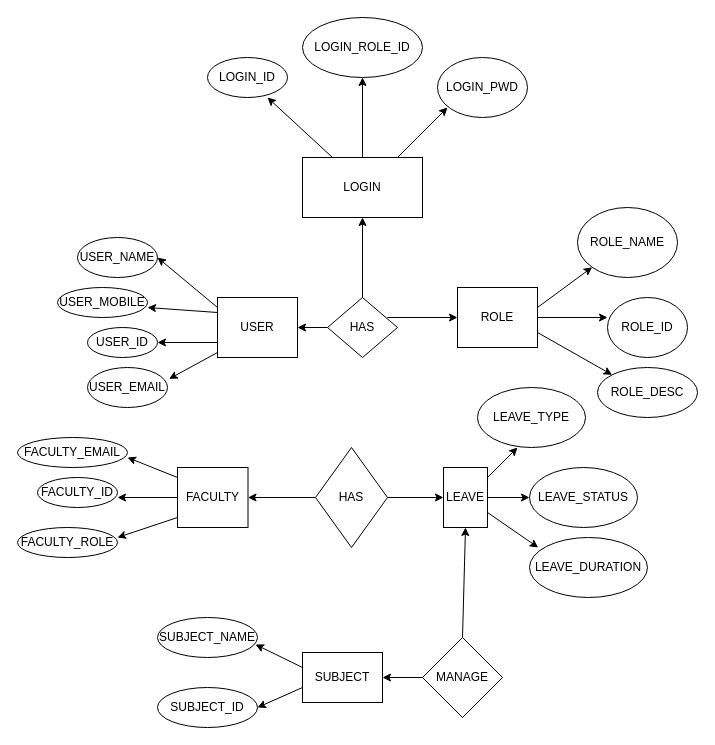
thepoet1211/facultymanagementsystem keeps this draw.io diagram as FACULTY_MANAGEMENT_SYSTEM.drawio. Above is the earlier version. Source tidied: cells renumbered, new cells numbered last; positions are measured from the earlier drawing's top-left corner, leaving out a move shared by most shapes. Both pictures are drawn from the tidied source at 100%, with x=0, y=0 at pixel (17, 17).
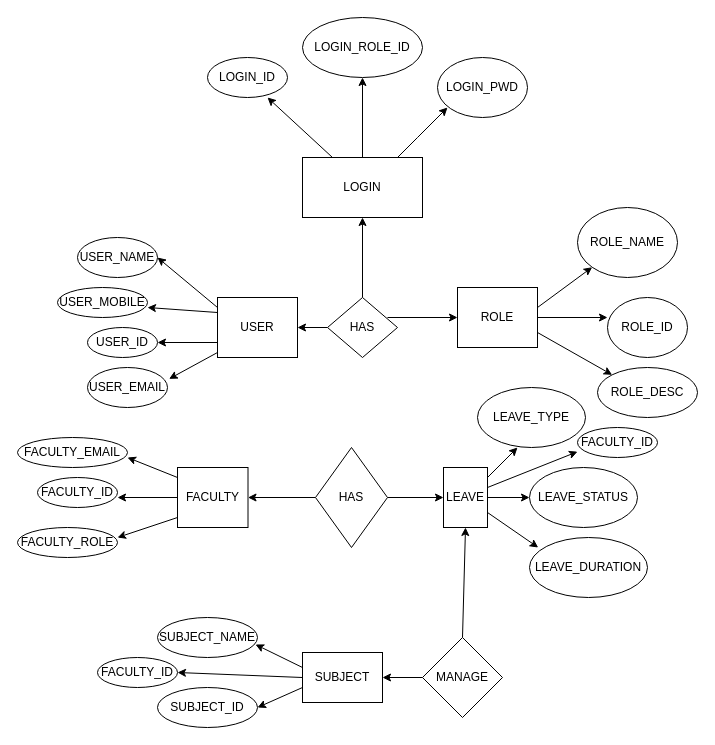
The same page after the edit.

Diff of the diagram source:
```diff
@@
+    <mxCell id="54" value="FACULTY_ID" style="ellipse;whiteSpace=wrap;html=1;" parent="1" vertex="1">
+      <mxGeometry x="560" y="410" width="80" height="30" as="geometry" />
+    </mxCell>
+    <mxCell id="55" style="endArrow=classic;html=1;rounded=0;entryX=0;entryY=0.807;entryDx=0;entryDy=0;entryPerimeter=0;" parent="1" edge="1" target="54">
+      <mxGeometry relative="1" as="geometry">
+        <mxPoint x="470" y="470" as="sourcePoint" />
+      </mxGeometry>
+    </mxCell>
+    <mxCell id="56" value="FACULTY_ID" style="ellipse;whiteSpace=wrap;html=1;" parent="1" vertex="1">
+      <mxGeometry x="80" y="640" width="80" height="30" as="geometry" />
+    </mxCell>
+    <mxCell id="57" style="endArrow=classic;html=1;rounded=0;entryX=1;entryY=0.5;entryDx=0;entryDy=0;" parent="1" edge="1" target="56">
+      <mxGeometry relative="1" as="geometry">
+        <mxPoint x="285" y="660" as="sourcePoint" />
+      </mxGeometry>
+    </mxCell>
```
